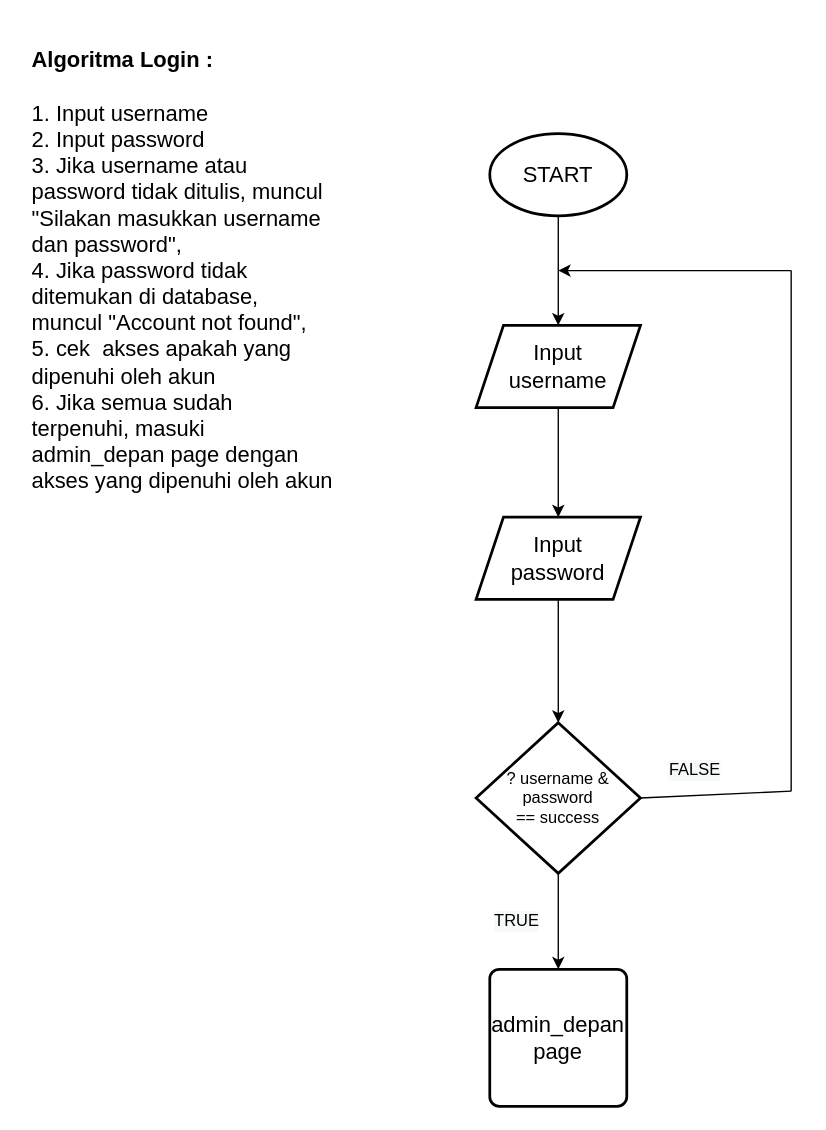
Earlier version of the draw.io diagram page "Flowchart login" (2 of 3) of UPRAK.drawio (eviepk12/CollectionOfCharts). Source tidied: cells renumbered, new cells numbered last; positions are measured from the earlier drawing's top-left corner, leaving out a move shared by most shapes. Both pictures are drawn from the tidied source at 137%, with x=0, y=0 at pixel (23, 23).
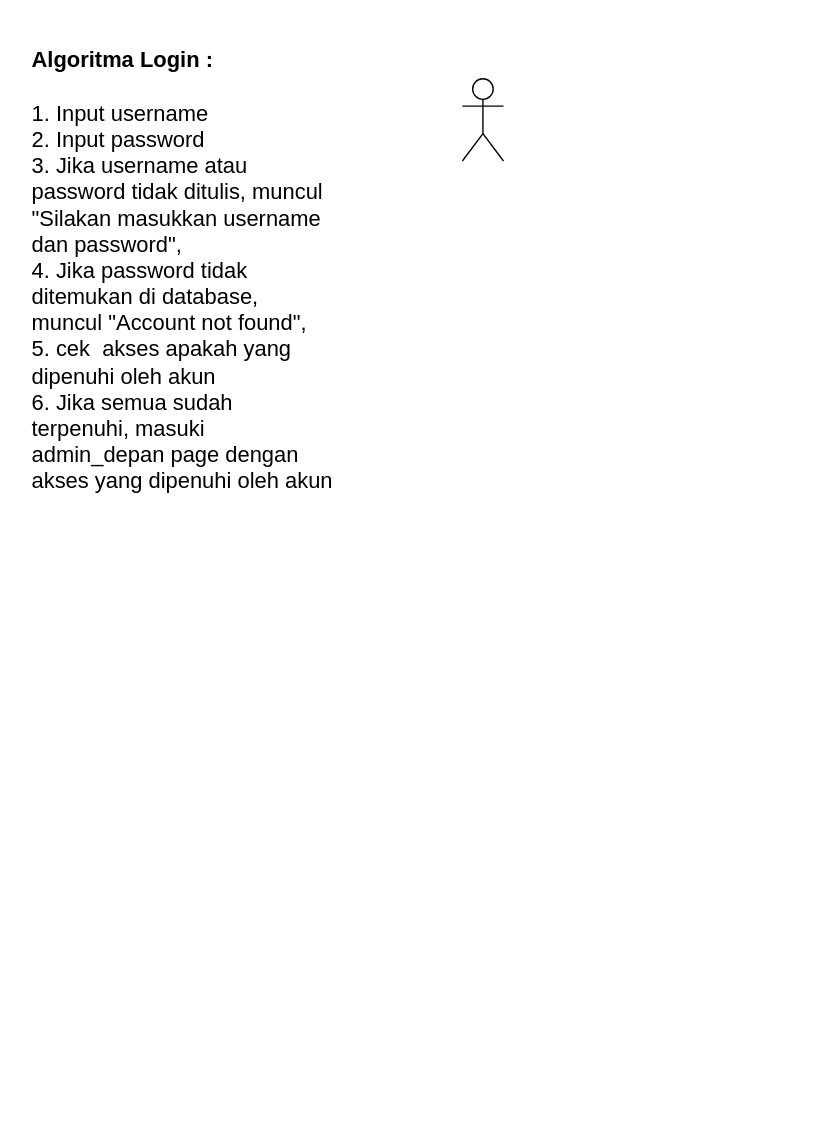
The same diagram, later.

Change to the diagram source:
```diff
@@
 <mxGraphModel>
   <root>
     <mxCell id="0" />
     <mxCell id="1" parent="0" />
-    <mxCell id="2" style="edgeStyle=orthogonalEdgeStyle;rounded=0;jettySize=auto;html=1;fontSize=16;fontColor=#000000;startSize=6;" parent="1" edge="1" source="3" target="6">
-      <mxGeometry relative="1" as="geometry" />
-    </mxCell>
-    <mxCell id="3" value="START" style="strokeWidth=2;html=1;shape=mxgraph.flowchart.start_1;whiteSpace=wrap;fontSize=16;fillColor=default;gradientColor=none;" parent="1" vertex="1">
-      <mxGeometry x="340" y="80" width="100" height="60" as="geometry" />
-    </mxCell>
     <mxCell id="4" value="&lt;b&gt;Algoritma Login :&lt;br&gt;&lt;/b&gt;&lt;br&gt;1. Input username&lt;br&gt;2. Input password&lt;br&gt;3. Jika username atau password tidak ditulis, muncul &quot;Silakan masukkan username dan password&quot;,&lt;span style=&quot;background-color: initial;&quot;&gt;&amp;nbsp;&lt;/span&gt;&lt;br&gt;4. Jika password tidak ditemukan di database, muncul &quot;Account not found&quot;,&lt;br&gt;5. cek&amp;nbsp; akses apakah yang dipenuhi oleh akun&lt;br&gt;6. Jika semua sudah terpenuhi, masuki admin_depan page dengan akses yang dipenuhi oleh akun" style="text;strokeColor=none;fillColor=none;align=left;verticalAlign=middle;spacingLeft=4;spacingRight=4;overflow=hidden;whiteSpace=wrap;html=1;strokeWidth=2;fontSize=16;" parent="1" vertex="1">
       <mxGeometry width="230" height="360" as="geometry" />
     </mxCell>
-    <mxCell id="5" style="edgeStyle=orthogonalEdgeStyle;rounded=0;jettySize=auto;html=1;fontSize=16;fontColor=#000000;startSize=6;" parent="1" edge="1" source="6" target="8">
-      <mxGeometry relative="1" as="geometry" />
-    </mxCell>
-    <mxCell id="6" value="Input &lt;br&gt;username" style="shape=parallelogram;perimeter=parallelogramPerimeter;whiteSpace=wrap;html=1;fixedSize=1;fontSize=16;strokeWidth=2;gradientColor=none;" parent="1" vertex="1">
-      <mxGeometry x="330" y="220" width="120" height="60" as="geometry" />
-    </mxCell>
-    <mxCell id="7" style="edgeStyle=orthogonalEdgeStyle;rounded=0;jettySize=auto;html=1;fontSize=16;fontColor=#000000;startSize=6;" parent="1" edge="1" source="8" target="10">
-      <mxGeometry relative="1" as="geometry" />
-    </mxCell>
-    <mxCell id="8" value="Input &lt;br&gt;password" style="shape=parallelogram;perimeter=parallelogramPerimeter;whiteSpace=wrap;html=1;fixedSize=1;fontSize=16;strokeWidth=2;gradientColor=none;" parent="1" vertex="1">
-      <mxGeometry x="330" y="360" width="120" height="60" as="geometry" />
-    </mxCell>
-    <mxCell id="9" style="edgeStyle=orthogonalEdgeStyle;rounded=0;jettySize=auto;html=1;entryX=0.5;entryY=0;entryDx=0;entryDy=0;fontSize=12;fontColor=#000000;startSize=6;" parent="1" edge="1" source="10" target="12">
-      <mxGeometry relative="1" as="geometry" />
-    </mxCell>
-    <mxCell id="10" value="? username &amp;amp; password &lt;br&gt;== success" style="rhombus;whiteSpace=wrap;html=1;fontSize=12;strokeWidth=2;gradientColor=none;rounded=0;shadow=0;" parent="1" vertex="1">
-      <mxGeometry x="330" y="510" width="120" height="110" as="geometry" />
-    </mxCell>
-    <mxCell id="11" value="TRUE" style="text;html=1;strokeColor=none;fillColor=none;align=center;verticalAlign=middle;whiteSpace=wrap;rounded=0;shadow=0;labelBackgroundColor=#f7f8f8;sketch=0;strokeWidth=2;fontSize=12;fontColor=#000000;" parent="1" vertex="1">
-      <mxGeometry x="330" y="640" width="60" height="30" as="geometry" />
-    </mxCell>
-    <mxCell id="12" value="admin_depan page" style="rounded=1;whiteSpace=wrap;html=1;absoluteArcSize=1;arcSize=14;strokeWidth=2;fontSize=16;" parent="1" vertex="1">
-      <mxGeometry x="340" y="690" width="100" height="100" as="geometry" />
-    </mxCell>
-    <mxCell id="13" style="endArrow=none;html=1;rounded=0;fontSize=12;fontColor=#000000;startSize=6;exitX=1;exitY=0.5;exitDx=0;exitDy=0;" parent="1" edge="1" source="10">
-      <mxGeometry relative="1" as="geometry">
-        <mxPoint x="560" y="560" as="targetPoint" />
-      </mxGeometry>
-    </mxCell>
-    <mxCell id="14" style="endArrow=none;html=1;rounded=0;fontSize=12;fontColor=#000000;startSize=6;" parent="1" edge="1">
-      <mxGeometry relative="1" as="geometry">
-        <mxPoint x="560" y="560" as="sourcePoint" />
-        <mxPoint x="560" y="180" as="targetPoint" />
-      </mxGeometry>
-    </mxCell>
-    <mxCell id="15" style="endArrow=classic;html=1;rounded=0;fontSize=12;fontColor=#000000;startSize=6;" parent="1" edge="1">
-      <mxGeometry relative="1" as="geometry">
-        <mxPoint x="560" y="180" as="sourcePoint" />
-        <mxPoint x="390" y="180" as="targetPoint" />
-      </mxGeometry>
-    </mxCell>
-    <mxCell id="16" value="FALSE" style="text;html=1;strokeColor=none;fillColor=none;align=center;verticalAlign=middle;whiteSpace=wrap;rounded=0;shadow=0;labelBackgroundColor=#f7f8f8;sketch=0;strokeWidth=2;fontSize=12;fontColor=#000000;" parent="1" vertex="1">
-      <mxGeometry x="460" y="530" width="60" height="30" as="geometry" />
-    </mxCell>
+    <mxCell id="17" style="shape=umlActor;verticalLabelPosition=bottom;verticalAlign=top;html=1;" parent="1" vertex="1">
+      <mxGeometry x="320" y="40" width="30" height="60" as="geometry" />
+    </mxCell>
   </root>
 </mxGraphModel>
```
